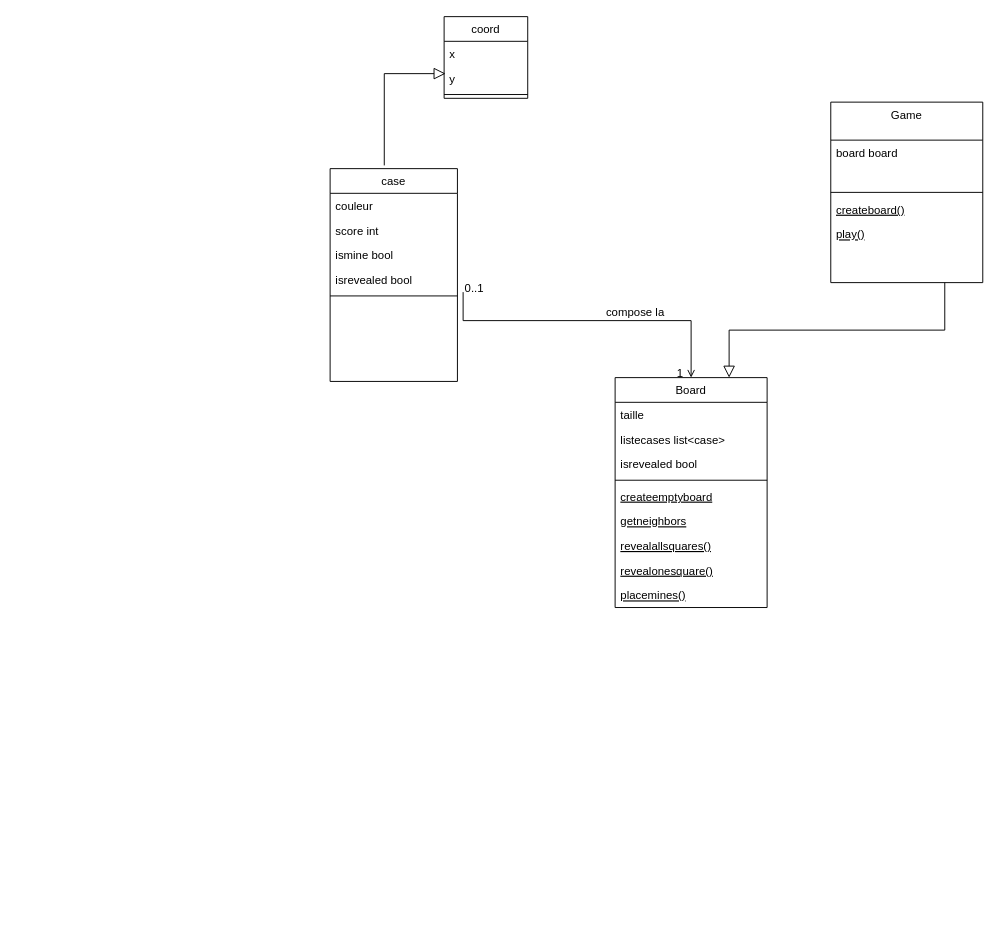
The draw.io diagram minesweeperclassdiagram.drawio in emilyllg/filrougeEJL, before the edit. Source tidied: cells renumbered, new cells numbered last; positions are measured from the earlier drawing's top-left corner, leaving out a move shared by most shapes. Both pictures are drawn from the tidied source at 95%, with x=0, y=0 at pixel (330, 16).
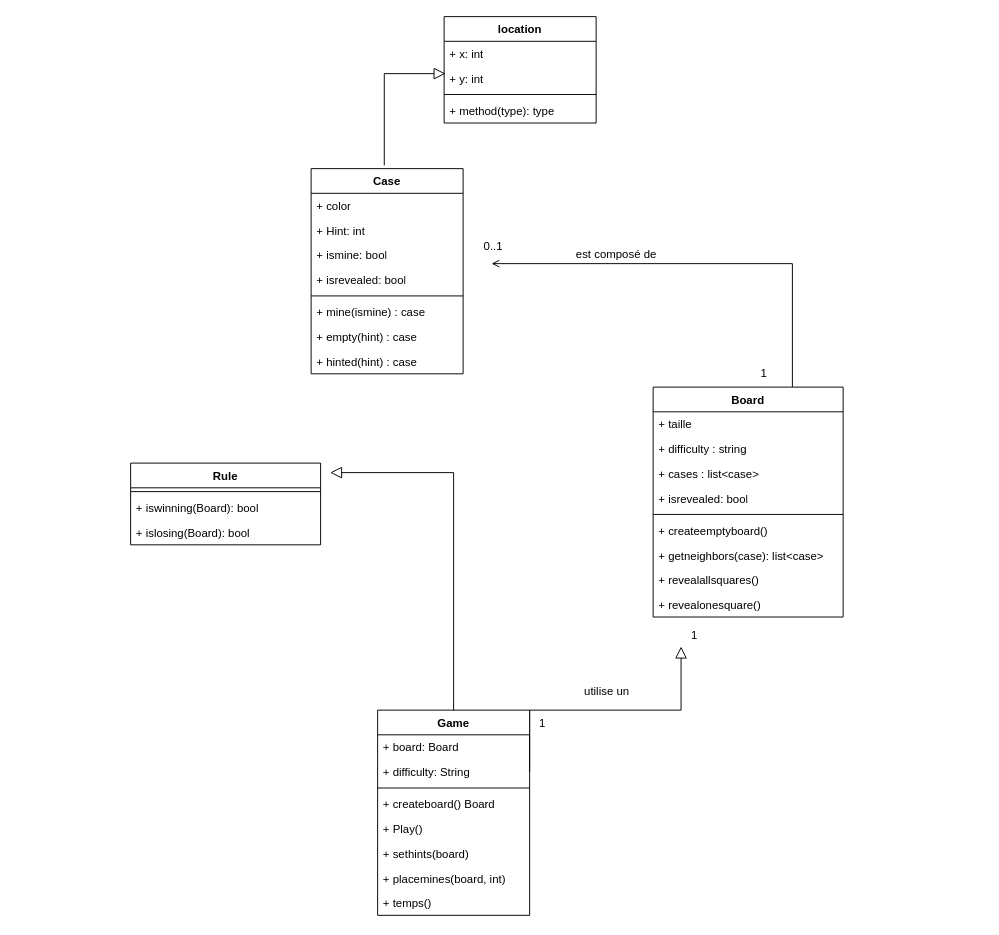
After the change.

Commit message (it also covers changes not shown here):
Mettre à jour minesweeperclassdiagram.drawio

The edit, as a diff of the source:
```diff
@@
+    <mxCell id="12" style="endArrow=open;shadow=0;strokeWidth=1;rounded=0;curved=0;endFill=1;edgeStyle=elbowEdgeStyle;elbow=vertical;exitX=0.383;exitY=-0.015;exitDx=0;exitDy=0;exitPerimeter=0;" parent="1" edge="1">
+      <mxGeometry x="0.5" y="41" relative="1" as="geometry">
+        <mxPoint x="486.6" y="396.4" as="sourcePoint" />
+        <mxPoint x="170" y="260" as="targetPoint" />
+        <Array as="points">
+          <mxPoint x="430" y="260" />
+        </Array>
+        <mxPoint x="-40" y="32" as="offset" />
+      </mxGeometry>
+    </mxCell>
+    <mxCell id="15" value="est composé de " style="text;html=1;align=center;verticalAlign=middle;labelBackgroundColor=none;rounded=0;shadow=0;strokeWidth=1;fontSize=12;" parent="12" vertex="1">
+      <mxGeometry x="0.5" y="49" relative="1" as="geometry">
+        <mxPoint x="17" y="-59" as="offset" />
+      </mxGeometry>
+    </mxCell>
+    <mxCell id="20" style="endArrow=block;endSize=10;endFill=0;shadow=0;strokeWidth=1;rounded=0;curved=0;edgeStyle=elbowEdgeStyle;elbow=vertical;exitX=0.642;exitY=-0.023;exitDx=0;exitDy=0;exitPerimeter=0;entryX=0.017;entryY=0.308;entryDx=0;entryDy=0;entryPerimeter=0;" parent="1" edge="1">
+      <mxGeometry relative="1" as="geometry">
+        <mxPoint x="57" y="156.6" as="sourcePoint" />
+        <mxPoint x="121.5" y="60" as="targetPoint" />
+        <Array as="points">
+          <mxPoint x="40" y="60" />
+        </Array>
+      </mxGeometry>
+    </mxCell>
+    <mxCell id="26" style="endArrow=block;endSize=10;endFill=0;shadow=0;strokeWidth=1;rounded=0;curved=0;edgeStyle=elbowEdgeStyle;elbow=vertical;exitX=1;exitY=0.5;exitDx=0;exitDy=0;entryX=0.147;entryY=1.196;entryDx=0;entryDy=0;entryPerimeter=0;" parent="1" edge="1" source="48">
+      <mxGeometry relative="1" as="geometry">
+        <mxPoint x="369.4" y="663.1" as="targetPoint" />
+        <Array as="points">
+          <mxPoint x="270" y="730" />
+          <mxPoint x="230" y="660" />
+          <mxPoint x="460" y="810" />
+        </Array>
+      </mxGeometry>
+    </mxCell>
+    <mxCell id="33" value="location" style="swimlane;fontStyle=1;align=center;verticalAlign=top;horizontal=1;startSize=26;whiteSpace=wrap;html=1;" parent="1" vertex="1">
+      <mxGeometry x="120" width="160" height="112" as="geometry" />
+    </mxCell>
+    <mxCell id="34" value="+ x: int" style="text;strokeColor=none;fillColor=none;align=left;verticalAlign=top;spacingLeft=4;spacingRight=4;overflow=hidden;whiteSpace=wrap;html=1;" parent="33" vertex="1">
+      <mxGeometry y="26" width="160" height="26" as="geometry" />
+    </mxCell>
+    <mxCell id="35" value="+ y: int" style="text;strokeColor=none;fillColor=none;align=left;verticalAlign=top;spacingLeft=4;spacingRight=4;overflow=hidden;whiteSpace=wrap;html=1;" parent="33" vertex="1">
+      <mxGeometry y="52" width="160" height="26" as="geometry" />
+    </mxCell>
+    <mxCell id="36" style="line;strokeWidth=1;fillColor=none;align=left;verticalAlign=middle;spacingTop=-1;spacingLeft=3;spacingRight=3;labelPosition=right;strokeColor=inherit;" parent="33" vertex="1">
+      <mxGeometry y="78" width="160" height="8" as="geometry" />
+    </mxCell>
+    <mxCell id="37" value="+ method(type): type" style="text;strokeColor=none;fillColor=none;align=left;verticalAlign=top;spacingLeft=4;spacingRight=4;overflow=hidden;whiteSpace=wrap;html=1;" parent="33" vertex="1">
+      <mxGeometry y="86" width="160" height="26" as="geometry" />
+    </mxCell>
+    <mxCell id="38" value="Case" style="swimlane;fontStyle=1;align=center;verticalAlign=top;horizontal=1;startSize=26;whiteSpace=wrap;html=1;" parent="1" vertex="1">
+      <mxGeometry x="-20" y="160" width="160" height="216" as="geometry" />
+    </mxCell>
+    <mxCell id="39" value="+ color" style="text;strokeColor=none;fillColor=none;align=left;verticalAlign=top;spacingLeft=4;spacingRight=4;overflow=hidden;whiteSpace=wrap;html=1;" parent="38" vertex="1">
+      <mxGeometry y="26" width="160" height="26" as="geometry" />
+    </mxCell>
+    <mxCell id="40" value="+ Hint: int" style="text;strokeColor=none;fillColor=none;align=left;verticalAlign=top;spacingLeft=4;spacingRight=4;overflow=hidden;whiteSpace=wrap;html=1;" parent="38" vertex="1">
+      <mxGeometry y="52" width="160" height="26" as="geometry" />
+    </mxCell>
+    <mxCell id="41" value="+ ismine: bool" style="text;strokeColor=none;fillColor=none;align=left;verticalAlign=top;spacingLeft=4;spacingRight=4;overflow=hidden;whiteSpace=wrap;html=1;" parent="38" vertex="1">
+      <mxGeometry y="78" width="160" height="26" as="geometry" />
+    </mxCell>
+    <mxCell id="42" value="+ isrevealed: bool" style="text;strokeColor=none;fillColor=none;align=left;verticalAlign=top;spacingLeft=4;spacingRight=4;overflow=hidden;whiteSpace=wrap;html=1;" parent="38" vertex="1">
+      <mxGeometry y="104" width="160" height="26" as="geometry" />
+    </mxCell>
+    <mxCell id="43" style="line;strokeWidth=1;fillColor=none;align=left;verticalAlign=middle;spacingTop=-1;spacingLeft=3;spacingRight=3;labelPosition=right;strokeColor=inherit;" parent="38" vertex="1">
+      <mxGeometry y="130" width="160" height="8" as="geometry" />
+    </mxCell>
+    <mxCell id="44" value="+ mine(ismine) : case&amp;nbsp; " style="text;strokeColor=none;fillColor=none;align=left;verticalAlign=top;spacingLeft=4;spacingRight=4;overflow=hidden;whiteSpace=wrap;html=1;" parent="38" vertex="1">
+      <mxGeometry y="138" width="160" height="26" as="geometry" />
+    </mxCell>
+    <mxCell id="45" value="+ empty(hint) : case&amp;nbsp; " style="text;strokeColor=none;fillColor=none;align=left;verticalAlign=top;spacingLeft=4;spacingRight=4;overflow=hidden;whiteSpace=wrap;html=1;" parent="38" vertex="1">
+      <mxGeometry y="164" width="160" height="26" as="geometry" />
+    </mxCell>
+    <mxCell id="46" value="+ hinted(hint) : case&amp;nbsp; " style="text;strokeColor=none;fillColor=none;align=left;verticalAlign=top;spacingLeft=4;spacingRight=4;overflow=hidden;whiteSpace=wrap;html=1;" parent="38" vertex="1">
+      <mxGeometry y="190" width="160" height="26" as="geometry" />
+    </mxCell>
+    <mxCell id="21" value="Game" style="swimlane;fontStyle=1;align=center;verticalAlign=top;horizontal=1;startSize=26;whiteSpace=wrap;html=1;" parent="1" vertex="1">
+      <mxGeometry x="50" y="730" width="160" height="216" as="geometry" />
+    </mxCell>
+    <mxCell id="47" value="+ board: Board" style="text;strokeColor=none;fillColor=none;align=left;verticalAlign=top;spacingLeft=4;spacingRight=4;overflow=hidden;whiteSpace=wrap;html=1;" parent="21" vertex="1">
+      <mxGeometry y="26" width="160" height="26" as="geometry" />
+    </mxCell>
+    <mxCell id="48" value="+ difficulty: String" style="text;strokeColor=none;fillColor=none;align=left;verticalAlign=top;spacingLeft=4;spacingRight=4;overflow=hidden;points=[[0,0.5],[1,0.5]];portConstraint=eastwest;whiteSpace=wrap;html=1;" parent="21" vertex="1">
+      <mxGeometry y="52" width="160" height="26" as="geometry" />
+    </mxCell>
+    <mxCell id="49" style="line;strokeWidth=1;fillColor=none;align=left;verticalAlign=middle;spacingTop=-1;spacingLeft=3;spacingRight=3;labelPosition=right;strokeColor=inherit;" parent="21" vertex="1">
+      <mxGeometry y="78" width="160" height="8" as="geometry" />
+    </mxCell>
+    <mxCell id="50" value="+ createboard() Board" style="text;strokeColor=none;fillColor=none;align=left;verticalAlign=top;spacingLeft=4;spacingRight=4;overflow=hidden;whiteSpace=wrap;html=1;" parent="21" vertex="1">
+      <mxGeometry y="86" width="160" height="26" as="geometry" />
+    </mxCell>
+    <mxCell id="51" value="+ Play() " style="text;strokeColor=none;fillColor=none;align=left;verticalAlign=top;spacingLeft=4;spacingRight=4;overflow=hidden;whiteSpace=wrap;html=1;" parent="21" vertex="1">
+      <mxGeometry y="112" width="160" height="26" as="geometry" />
+    </mxCell>
+    <mxCell id="52" value="+ sethints(board) " style="text;strokeColor=none;fillColor=none;align=left;verticalAlign=top;spacingLeft=4;spacingRight=4;overflow=hidden;whiteSpace=wrap;html=1;" parent="21" vertex="1">
+      <mxGeometry y="138" width="160" height="26" as="geometry" />
+    </mxCell>
+    <mxCell id="53" value="+ placemines(board, int) " style="text;strokeColor=none;fillColor=none;align=left;verticalAlign=top;spacingLeft=4;spacingRight=4;overflow=hidden;whiteSpace=wrap;html=1;" parent="21" vertex="1">
+      <mxGeometry y="164" width="160" height="26" as="geometry" />
+    </mxCell>
+    <mxCell id="54" value="+ temps() " style="text;strokeColor=none;fillColor=none;align=left;verticalAlign=top;spacingLeft=4;spacingRight=4;overflow=hidden;whiteSpace=wrap;html=1;" parent="21" vertex="1">
+      <mxGeometry y="190" width="160" height="26" as="geometry" />
+    </mxCell>
+    <mxCell id="55" value="Rule" style="swimlane;fontStyle=1;align=center;verticalAlign=top;horizontal=1;startSize=26;whiteSpace=wrap;html=1;" parent="1" vertex="1">
+      <mxGeometry x="-210" y="470" width="200" height="86" as="geometry" />
+    </mxCell>
+    <mxCell id="56" style="line;strokeWidth=1;fillColor=none;align=left;verticalAlign=middle;spacingTop=-1;spacingLeft=3;spacingRight=3;labelPosition=right;strokeColor=inherit;" parent="55" vertex="1">
+      <mxGeometry y="26" width="200" height="8" as="geometry" />
+    </mxCell>
+    <mxCell id="57" value="+ iswinning(Board): bool " style="text;strokeColor=none;fillColor=none;align=left;verticalAlign=top;spacingLeft=4;spacingRight=4;overflow=hidden;whiteSpace=wrap;html=1;" parent="55" vertex="1">
+      <mxGeometry y="34" width="200" height="26" as="geometry" />
+    </mxCell>
+    <mxCell id="58" value="+ islosing(Board): bool " style="text;strokeColor=none;fillColor=none;align=left;verticalAlign=top;spacingLeft=4;spacingRight=4;overflow=hidden;whiteSpace=wrap;html=1;" parent="55" vertex="1">
+      <mxGeometry y="60" width="200" height="26" as="geometry" />
+    </mxCell>
+    <mxCell id="59" style="text;whiteSpace=wrap;html=1;" parent="1" vertex="1">
+      <mxGeometry x="-330" y="770" width="60" height="50" as="geometry" />
+    </mxCell>
-    <mxCell id="2" value="Board" style="swimlane;fontStyle=0;align=center;verticalAlign=top;horizontal=1;startSize=26;rounded=0;shadow=0;strokeWidth=1;" parent="1" vertex="1">
-      <mxGeometry x="300" y="380" width="160" height="242" as="geometry" />
+    <mxCell id="2" value="Board" style="swimlane;fontStyle=1;align=center;verticalAlign=top;horizontal=1;startSize=26;whiteSpace=wrap;html=1;" parent="1" vertex="1">
+      <mxGeometry x="340" y="390" width="200" height="242" as="geometry" />
     </mxCell>
-    <mxCell id="3" value="taille" style="text;align=left;verticalAlign=top;spacingLeft=4;spacingRight=4;overflow=hidden;" parent="2" vertex="1">
-      <mxGeometry y="26" width="160" height="26" as="geometry" />
-    </mxCell>
-    <mxCell id="4" value="listecases list&lt;case&gt;" style="text;align=left;verticalAlign=top;spacingLeft=4;spacingRight=4;overflow=hidden;" parent="2" vertex="1">
-      <mxGeometry y="52" width="160" height="26" as="geometry" />
-    </mxCell>
-    <mxCell id="5" value="isrevealed bool" style="text;align=left;verticalAlign=top;spacingLeft=4;spacingRight=4;overflow=hidden;" parent="2" vertex="1">
-      <mxGeometry y="78" width="160" height="26" as="geometry" />
-    </mxCell>
-    <mxCell id="6" style="line;html=1;strokeWidth=1;align=left;verticalAlign=middle;spacingTop=-1;spacingLeft=3;spacingRight=3;labelPosition=right;" parent="2" vertex="1">
-      <mxGeometry y="104" width="160" height="8" as="geometry" />
-    </mxCell>
-    <mxCell id="7" value="createemptyboard" style="text;align=left;verticalAlign=top;spacingLeft=4;spacingRight=4;overflow=hidden;fontStyle=4;" parent="2" vertex="1">
-      <mxGeometry y="112" width="160" height="26" as="geometry" />
-    </mxCell>
-    <mxCell id="8" value="getneighbors" style="text;align=left;verticalAlign=top;spacingLeft=4;spacingRight=4;overflow=hidden;fontStyle=4;" parent="2" vertex="1">
-      <mxGeometry y="138" width="160" height="26" as="geometry" />
-    </mxCell>
-    <mxCell id="9" value="revealallsquares()" style="text;align=left;verticalAlign=top;spacingLeft=4;spacingRight=4;overflow=hidden;fontStyle=4;" parent="2" vertex="1">
-      <mxGeometry y="164" width="160" height="26" as="geometry" />
-    </mxCell>
-    <mxCell id="10" value="revealonesquare()" style="text;align=left;verticalAlign=top;spacingLeft=4;spacingRight=4;overflow=hidden;fontStyle=4;" parent="2" vertex="1">
-      <mxGeometry y="190" width="160" height="26" as="geometry" />
-    </mxCell>
-    <mxCell id="11" value="placemines() " style="text;align=left;verticalAlign=top;spacingLeft=4;spacingRight=4;overflow=hidden;fontStyle=4;" parent="2" vertex="1">
-      <mxGeometry y="216" width="160" height="26" as="geometry" />
-    </mxCell>
-    <mxCell id="12" style="endArrow=open;shadow=0;strokeWidth=1;rounded=0;curved=0;endFill=1;edgeStyle=elbowEdgeStyle;elbow=vertical;" parent="1" edge="1" target="2">
-      <mxGeometry x="0.5" y="41" relative="1" as="geometry">
-        <mxPoint x="140" y="290" as="sourcePoint" />
-        <Array as="points">
-          <mxPoint x="70" y="320" />
-        </Array>
-        <mxPoint x="-40" y="32" as="offset" />
-      </mxGeometry>
-    </mxCell>
+    <mxCell id="60" value="+ taille" style="text;strokeColor=none;fillColor=none;align=left;verticalAlign=top;spacingLeft=4;spacingRight=4;overflow=hidden;whiteSpace=wrap;html=1;" parent="2" vertex="1">
+      <mxGeometry y="26" width="200" height="26" as="geometry" />
+    </mxCell>
+    <mxCell id="61" value="+ difficulty : string" style="text;strokeColor=none;fillColor=none;align=left;verticalAlign=top;spacingLeft=4;spacingRight=4;overflow=hidden;whiteSpace=wrap;html=1;" parent="2" vertex="1">
+      <mxGeometry y="52" width="200" height="26" as="geometry" />
+    </mxCell>
+    <mxCell id="62" value="+ cases : list&amp;lt;case&amp;gt;" style="text;strokeColor=none;fillColor=none;align=left;verticalAlign=top;spacingLeft=4;spacingRight=4;overflow=hidden;whiteSpace=wrap;html=1;" parent="2" vertex="1">
+      <mxGeometry y="78" width="200" height="26" as="geometry" />
+    </mxCell>
+    <mxCell id="63" value="+ isrevealed: bool" style="text;strokeColor=none;fillColor=none;align=left;verticalAlign=top;spacingLeft=4;spacingRight=4;overflow=hidden;whiteSpace=wrap;html=1;" parent="2" vertex="1">
+      <mxGeometry y="104" width="200" height="26" as="geometry" />
+    </mxCell>
+    <mxCell id="64" style="line;strokeWidth=1;fillColor=none;align=left;verticalAlign=middle;spacingTop=-1;spacingLeft=3;spacingRight=3;labelPosition=right;strokeColor=inherit;" parent="2" vertex="1">
+      <mxGeometry y="130" width="200" height="8" as="geometry" />
+    </mxCell>
+    <mxCell id="65" value="+&amp;nbsp;createemptyboard() " style="text;strokeColor=none;fillColor=none;align=left;verticalAlign=top;spacingLeft=4;spacingRight=4;overflow=hidden;whiteSpace=wrap;html=1;" parent="2" vertex="1">
+      <mxGeometry y="138" width="200" height="26" as="geometry" />
+    </mxCell>
+    <mxCell id="66" value="+ getneighbors(case): list&amp;lt;case&amp;gt; " style="text;strokeColor=none;fillColor=none;align=left;verticalAlign=top;spacingLeft=4;spacingRight=4;overflow=hidden;whiteSpace=wrap;html=1;" parent="2" vertex="1">
+      <mxGeometry y="164" width="200" height="26" as="geometry" />
+    </mxCell>
+    <mxCell id="67" value="+ revealallsquares() " style="text;strokeColor=none;fillColor=none;align=left;verticalAlign=top;spacingLeft=4;spacingRight=4;overflow=hidden;whiteSpace=wrap;html=1;" parent="2" vertex="1">
+      <mxGeometry y="190" width="200" height="26" as="geometry" />
+    </mxCell>
+    <mxCell id="68" value="+ revealonesquare() " style="text;strokeColor=none;fillColor=none;align=left;verticalAlign=top;spacingLeft=4;spacingRight=4;overflow=hidden;whiteSpace=wrap;html=1;" parent="2" vertex="1">
+      <mxGeometry y="216" width="200" height="26" as="geometry" />
+    </mxCell>
+    <mxCell id="69" style="endArrow=block;endSize=10;endFill=0;shadow=0;strokeWidth=1;rounded=0;curved=0;edgeStyle=elbowEdgeStyle;elbow=vertical;exitX=0.25;exitY=0;exitDx=0;exitDy=0;" parent="1" edge="1">
+      <mxGeometry relative="1" as="geometry">
+        <mxPoint x="130" y="730" as="sourcePoint" />
+        <mxPoint y="480" as="targetPoint" />
+        <Array as="points">
+          <mxPoint x="10" y="480" />
+          <mxPoint x="100" y="500" />
+          <mxPoint x="160" y="530" />
+          <mxPoint x="110" y="631" />
+          <mxPoint x="70" y="561" />
+          <mxPoint x="300" y="711" />
+        </Array>
+      </mxGeometry>
+    </mxCell>
+    <mxCell id="70" value="1" style="align=right;verticalAlign=bottom;labelBackgroundColor=none;fontSize=12;" parent="1" vertex="1">
+      <mxGeometry x="163.3" y="264" as="geometry">
+        <mxPoint x="298" y="120" as="offset" />
+      </mxGeometry>
+    </mxCell>
-    <mxCell id="13" value="0..1" style="align=left;verticalAlign=bottom;labelBackgroundColor=none;fontSize=12;" parent="12" vertex="1">
-      <mxGeometry x="-1" relative="1" as="geometry">
-        <mxPoint y="4" as="offset" />
-      </mxGeometry>
+    <mxCell id="13" value="0..1" style="align=left;verticalAlign=bottom;labelBackgroundColor=none;fontSize=12;" parent="1" vertex="1">
+      <mxGeometry x="160" y="250" as="geometry" />
     </mxCell>
-    <mxCell id="14" value="1" style="align=right;verticalAlign=bottom;labelBackgroundColor=none;fontSize=12;" parent="12" vertex="1">
-      <mxGeometry x="1" relative="1" as="geometry">
-        <mxPoint x="-7" y="4" as="offset" />
-      </mxGeometry>
-    </mxCell>
-    <mxCell id="15" value="compose la" style="text;html=1;align=center;verticalAlign=middle;labelBackgroundColor=none;rounded=0;shadow=0;strokeWidth=1;fontSize=12;" parent="12" vertex="1">
-      <mxGeometry x="0.5" y="49" relative="1" as="geometry">
-        <mxPoint x="-38" y="40" as="offset" />
-      </mxGeometry>
-    </mxCell>
-    <mxCell id="16" value="coord" style="swimlane;fontStyle=0;align=center;verticalAlign=top;horizontal=1;startSize=26;rounded=0;shadow=0;strokeWidth=1;" parent="1" vertex="1">
-      <mxGeometry x="120" width="88" height="86" as="geometry" />
-    </mxCell>
-    <mxCell id="17" value="x" style="text;align=left;verticalAlign=top;spacingLeft=4;spacingRight=4;overflow=hidden;" parent="16" vertex="1">
-      <mxGeometry y="26" width="88" height="26" as="geometry" />
-    </mxCell>
-    <mxCell id="18" value="y" style="text;align=left;verticalAlign=top;spacingLeft=4;spacingRight=4;overflow=hidden;points=[[0,0.5],[1,0.5]];portConstraint=eastwest;rounded=0;shadow=0;html=0;" parent="16" vertex="1">
-      <mxGeometry y="52" width="88" height="26" as="geometry" />
-    </mxCell>
-    <mxCell id="19" style="line;html=1;strokeWidth=1;align=left;verticalAlign=middle;spacingTop=-1;spacingLeft=3;spacingRight=3;labelPosition=right;" parent="16" vertex="1">
-      <mxGeometry y="78" width="88" height="8" as="geometry" />
-    </mxCell>
-    <mxCell id="20" style="endArrow=block;endSize=10;endFill=0;shadow=0;strokeWidth=1;rounded=0;curved=0;edgeStyle=elbowEdgeStyle;elbow=vertical;exitX=0.642;exitY=-0.023;exitDx=0;exitDy=0;exitPerimeter=0;entryX=0.017;entryY=0.308;entryDx=0;entryDy=0;entryPerimeter=0;" parent="1" edge="1" target="18">
-      <mxGeometry relative="1" as="geometry">
-        <mxPoint x="57" y="156.6" as="sourcePoint" />
-        <Array as="points">
-          <mxPoint x="40" y="60" />
-        </Array>
-      </mxGeometry>
-    </mxCell>
-    <mxCell id="21" value="Game" style="swimlane;fontStyle=0;align=center;verticalAlign=top;horizontal=1;startSize=40;rounded=0;shadow=0;strokeWidth=1;" parent="1" vertex="1">
-      <mxGeometry x="527" y="90" width="160" height="190" as="geometry" />
-    </mxCell>
-    <mxCell id="22" value="board board&#10;&#10;" style="text;align=left;verticalAlign=top;spacingLeft=4;spacingRight=4;overflow=hidden;rounded=0;shadow=0;html=0;" parent="21" vertex="1">
-      <mxGeometry y="40" width="160" height="50" as="geometry" />
-    </mxCell>
-    <mxCell id="23" style="line;html=1;strokeWidth=1;align=left;verticalAlign=middle;spacingTop=-1;spacingLeft=3;spacingRight=3;labelPosition=right;" parent="21" vertex="1">
-      <mxGeometry y="90" width="160" height="10" as="geometry" />
-    </mxCell>
-    <mxCell id="24" value="createboard()" style="text;align=left;verticalAlign=top;spacingLeft=4;spacingRight=4;overflow=hidden;fontStyle=4;" parent="21" vertex="1">
-      <mxGeometry y="100" width="160" height="26" as="geometry" />
-    </mxCell>
-    <mxCell id="25" value="play()" style="text;align=left;verticalAlign=top;spacingLeft=4;spacingRight=4;overflow=hidden;fontStyle=4;" parent="21" vertex="1">
-      <mxGeometry y="126" width="160" height="26" as="geometry" />
-    </mxCell>
-    <mxCell id="26" style="endArrow=block;endSize=10;endFill=0;shadow=0;strokeWidth=1;rounded=0;curved=0;edgeStyle=elbowEdgeStyle;elbow=vertical;exitX=0.75;exitY=1;exitDx=0;exitDy=0;entryX=0.75;entryY=0;entryDx=0;entryDy=0;" parent="1" edge="1" source="21" target="2">
-      <mxGeometry relative="1" as="geometry" />
-    </mxCell>
-    <mxCell id="27" value="case" style="swimlane;fontStyle=0;align=center;verticalAlign=top;horizontal=1;startSize=26;rounded=0;shadow=0;strokeWidth=1;" parent="1" vertex="1">
-      <mxGeometry y="160" width="134" height="224" as="geometry" />
-    </mxCell>
-    <mxCell id="28" value="couleur " style="text;align=left;verticalAlign=top;spacingLeft=4;spacingRight=4;overflow=hidden;" parent="27" vertex="1">
-      <mxGeometry y="26" width="134" height="26" as="geometry" />
-    </mxCell>
-    <mxCell id="29" value="score int" style="text;align=left;verticalAlign=top;spacingLeft=4;spacingRight=4;overflow=hidden;rounded=0;shadow=0;html=0;" parent="27" vertex="1">
-      <mxGeometry y="52" width="134" height="26" as="geometry" />
-    </mxCell>
-    <mxCell id="30" value="ismine bool " style="text;align=left;verticalAlign=top;spacingLeft=4;spacingRight=4;overflow=hidden;rounded=0;shadow=0;html=0;" parent="27" vertex="1">
-      <mxGeometry y="78" width="134" height="26" as="geometry" />
-    </mxCell>
-    <mxCell id="31" value="isrevealed bool" style="text;align=left;verticalAlign=top;spacingLeft=4;spacingRight=4;overflow=hidden;rounded=0;shadow=0;html=0;" parent="27" vertex="1">
-      <mxGeometry y="104" width="134" height="26" as="geometry" />
-    </mxCell>
-    <mxCell id="32" style="line;html=1;strokeWidth=1;align=left;verticalAlign=middle;spacingTop=-1;spacingLeft=3;spacingRight=3;labelPosition=right;" parent="27" vertex="1">
-      <mxGeometry y="130" width="134" height="8" as="geometry" />
-    </mxCell>
+    <mxCell id="71" value="utilise un" style="text;html=1;align=center;verticalAlign=middle;labelBackgroundColor=none;rounded=0;shadow=0;strokeWidth=1;fontSize=12;" parent="1" vertex="1">
+      <mxGeometry x="290" y="710" as="geometry" />
+    </mxCell>
+    <mxCell id="72" value="1" style="align=right;verticalAlign=bottom;labelBackgroundColor=none;fontSize=12;" parent="1" vertex="1">
+      <mxGeometry x="90" y="540" as="geometry">
+        <mxPoint x="298" y="120" as="offset" />
+      </mxGeometry>
+    </mxCell>
+    <mxCell id="73" value="1" style="align=right;verticalAlign=bottom;labelBackgroundColor=none;fontSize=12;" parent="1" vertex="1">
+      <mxGeometry x="-70" y="632" as="geometry">
+        <mxPoint x="298" y="120" as="offset" />
+      </mxGeometry>
+    </mxCell>
```
